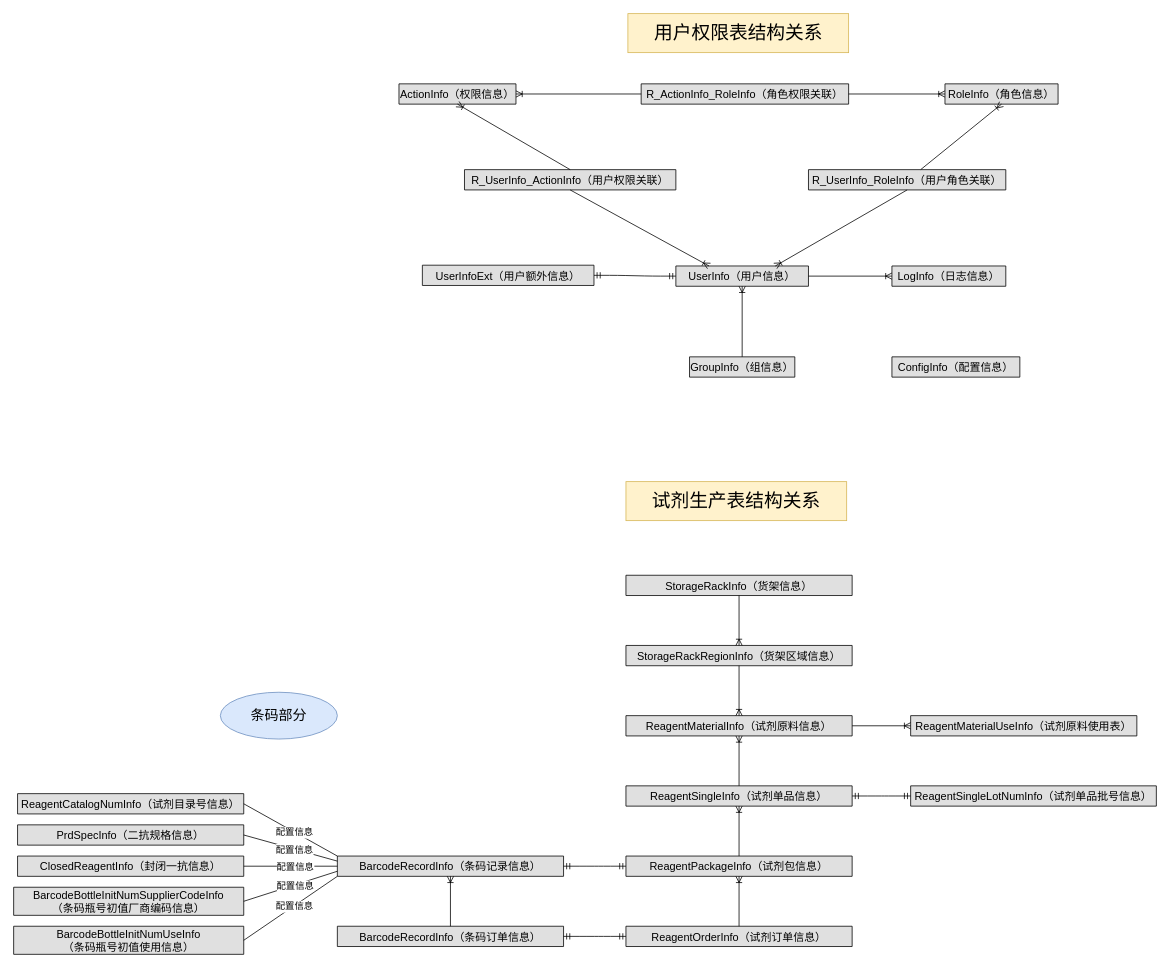
Before: IHC.drawio in GreAmbWang/draw.io, a draw.io diagram. Source tidied: cells renumbered, new cells numbered last; positions are measured from the earlier drawing's top-left corner, leaving out a move shared by most shapes. Both pictures are drawn from the tidied source at 78%, with x=0, y=0 at pixel (13, 13).
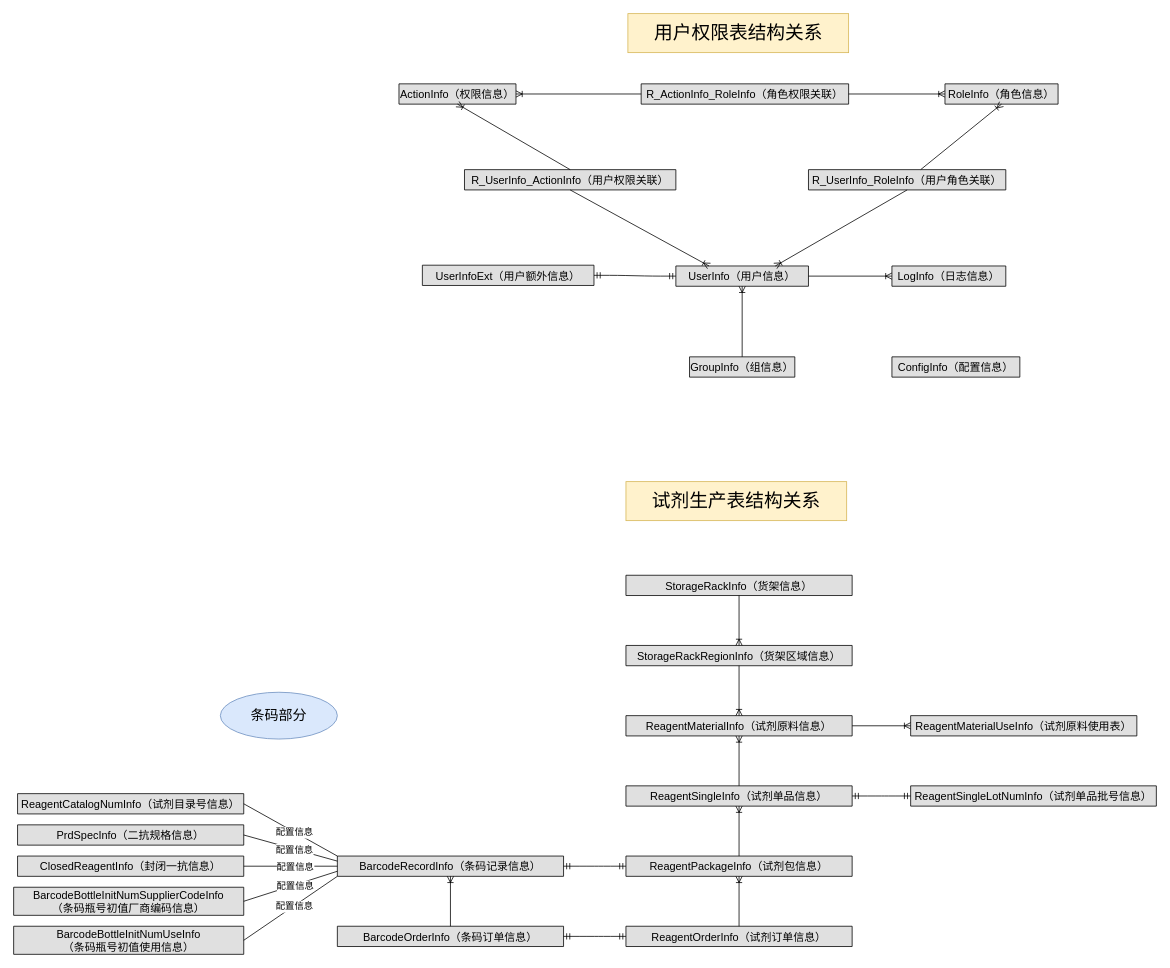
Above is the later version.

The edit, as a diff of the source:
```diff
@@
-    <mxCell id="49" value="BarcodeRecordInfo（条码订单信息）" style="swimlane;fontStyle=0;horizontal=1;startSize=26;fillColor=#e0e0e0;swimlaneFillColor=#ffffff;align=center;fontSize=14;" parent="1" vertex="1" collapsed="1">
+    <mxCell id="49" value="BarcodeOrderInfo（条码订单信息）" style="swimlane;fontStyle=0;horizontal=1;startSize=26;fillColor=#e0e0e0;swimlaneFillColor=#ffffff;align=center;fontSize=14;" parent="1" vertex="1" collapsed="1">
       <mxGeometry x="415" y="1170" width="290" height="26" as="geometry" />
     </mxCell>
```
